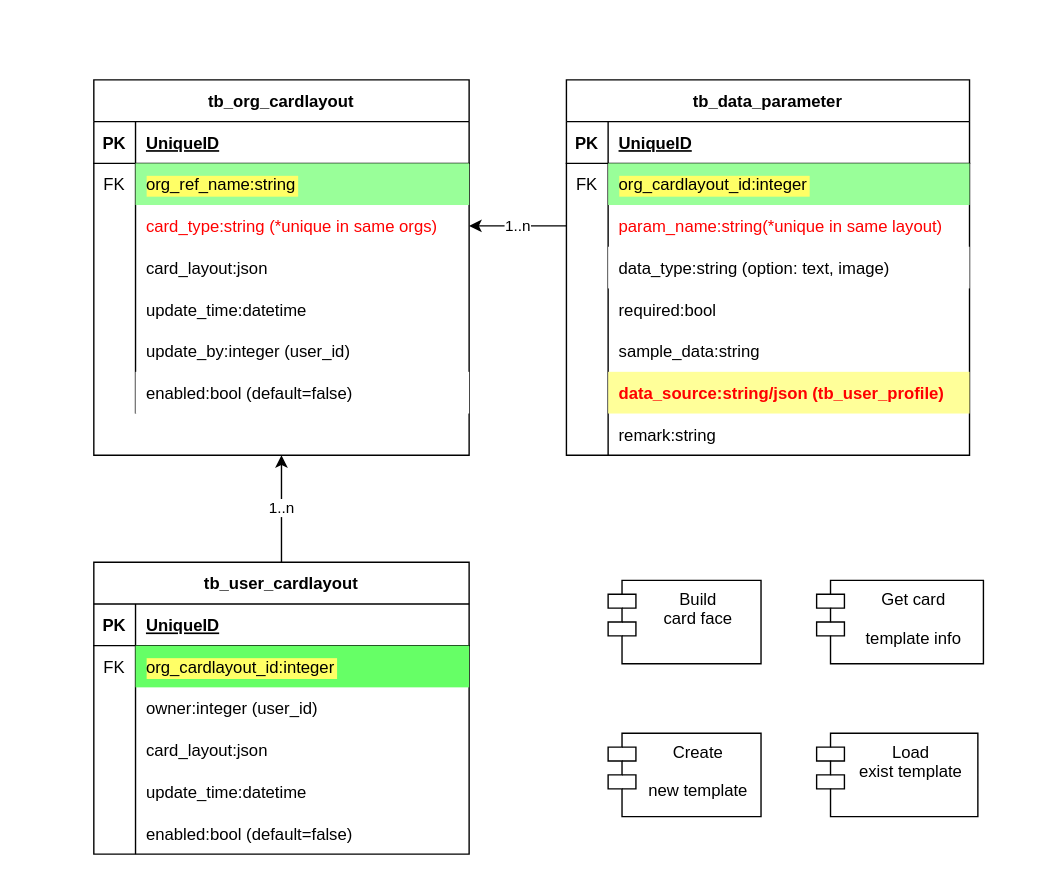
Before: page "Custom card design" (2 of 4) of SmartPhotoID.drawio in delphihero/MyDocument, a draw.io diagram. Source tidied: cells renumbered, new cells numbered last; positions are measured from the earlier drawing's top-left corner, leaving out a move shared by most shapes. Both pictures are drawn from the tidied source at 139%, with x=0, y=0 at pixel (93, 79).
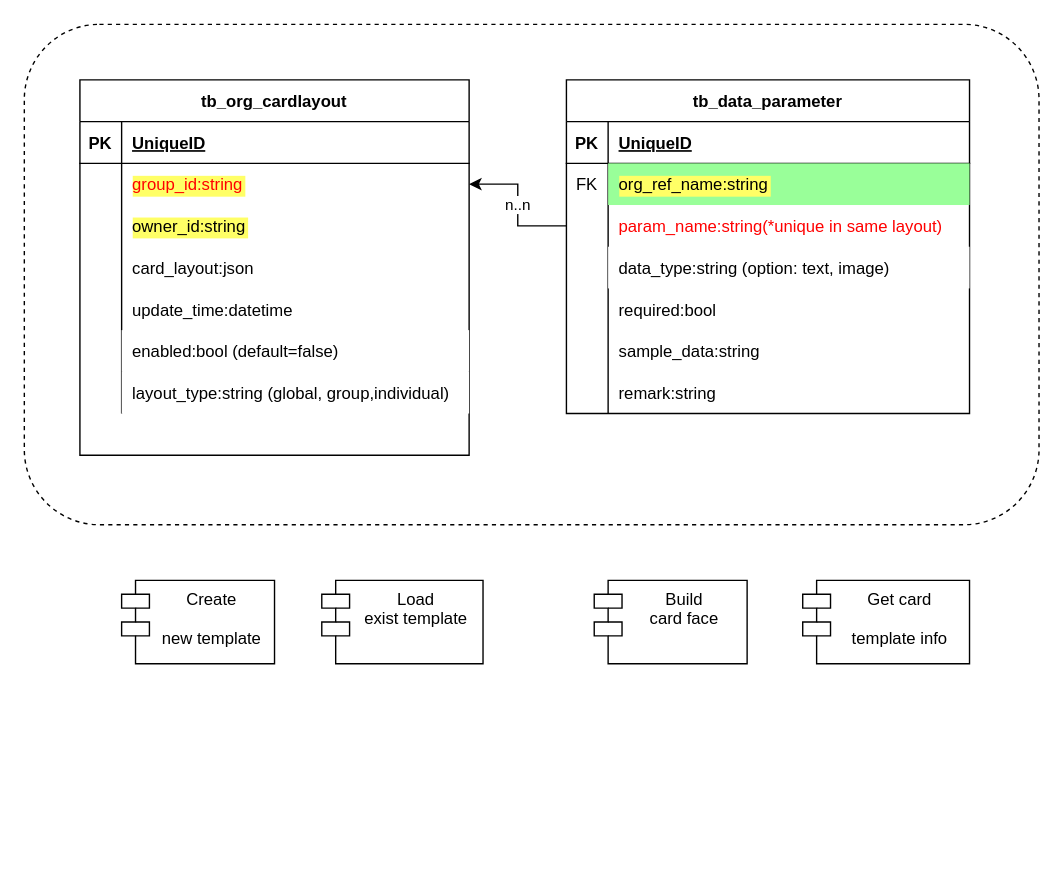
After the change.

Unchanged cells that the change refers to:
```xml
<mxCell id="28" style="shape=partialRectangle;fillColor=none;top=0;left=0;bottom=0;right=0;" parent="24" vertex="1">
  <mxGeometry y="60" width="290" height="30" as="geometry" />
</mxCell>
<mxCell id="31" style="shape=partialRectangle;fillColor=none;top=0;left=0;bottom=0;right=0;points=[[0,0.5],[1,0.5]];portConstraint=eastwest;" parent="24" vertex="1">
  <mxGeometry y="90" width="290" height="30" as="geometry" />
</mxCell>
```

Diff of the diagram source:
```diff
@@
+    <mxCell id="74" style="rounded=1;whiteSpace=wrap;html=1;dashed=1;" parent="1" vertex="1">
+      <mxGeometry x="-50" y="-40" width="730" height="360" as="geometry" />
+    </mxCell>
     <mxCell id="2" value="tb_org_cardlayout" style="shape=table;startSize=30;childLayout=tableLayout;rowLines=0;fontStyle=1;align=center;rounded=0;shadow=0;glass=0;sketch=0;labelBackgroundColor=default;" parent="1" vertex="1">
-      <mxGeometry width="270" height="270" as="geometry" />
+      <mxGeometry x="-10" width="280" height="270" as="geometry" />
     </mxCell>
     <mxCell id="3" style="shape=partialRectangle;fillColor=none;top=0;left=0;bottom=1;right=0;" parent="2" vertex="1">
-      <mxGeometry y="30" width="270" height="30" as="geometry" />
+      <mxGeometry y="30" width="280" height="30" as="geometry" />
     </mxCell>
@@
     <mxCell id="5" value="UniqueID" style="shape=partialRectangle;fillColor=none;top=0;left=0;bottom=0;right=0;align=left;spacingLeft=6;fontStyle=5;overflow=hidden;" parent="3" vertex="1">
-      <mxGeometry x="30" width="240" height="30" as="geometry" />
+      <mxGeometry x="30" width="250" height="30" as="geometry" />
     </mxCell>
-    <mxCell id="6" style="shape=partialRectangle;fillColor=none;top=0;left=0;bottom=0;right=0;" parent="2" vertex="1">
-      <mxGeometry y="60" width="270" height="30" as="geometry" />
-    </mxCell>
-    <mxCell id="7" value="FK" style="shape=partialRectangle;fillColor=none;top=0;left=0;bottom=0;right=0;overflow=hidden;" parent="6" vertex="1">
-      <mxGeometry width="30" height="30" as="geometry" />
-    </mxCell>
-    <mxCell id="8" value="org_ref_name:string" style="shape=partialRectangle;fillColor=#99FF99;top=0;left=0;bottom=0;right=0;align=left;spacingLeft=6;overflow=hidden;labelBackgroundColor=#FFFF66;" parent="6" vertex="1">
-      <mxGeometry x="30" width="240" height="30" as="geometry" />
-    </mxCell>
     <mxCell id="9" style="shape=partialRectangle;fillColor=none;top=0;left=0;bottom=0;right=0;points=[[0,0.5],[1,0.5]];portConstraint=eastwest;" parent="2" vertex="1">
-      <mxGeometry y="90" width="270" height="30" as="geometry" />
+      <mxGeometry y="60" width="280" height="30" as="geometry" />
     </mxCell>
@@
-    <mxCell id="11" value="card_type:string (*unique in same orgs)" style="shape=partialRectangle;fillColor=none;top=0;left=0;bottom=0;right=0;align=left;spacingLeft=6;overflow=hidden;strokeColor=#FF0000;fontColor=#FF0000;" parent="9" vertex="1">
-      <mxGeometry x="30" width="240" height="30" as="geometry" />
+    <mxCell id="11" value="group_id:string" style="shape=partialRectangle;fillColor=none;top=0;left=0;bottom=0;right=0;align=left;spacingLeft=6;overflow=hidden;strokeColor=#FF0000;fontColor=#FF0000;labelBackgroundColor=#FFFF66;" parent="9" vertex="1">
+      <mxGeometry x="30" width="250" height="30" as="geometry" />
     </mxCell>
+    <mxCell id="18" style="shape=partialRectangle;fillColor=none;top=0;left=0;bottom=0;right=0;fontColor=#FF0000;" parent="2" vertex="1">
+      <mxGeometry y="90" width="280" height="30" as="geometry" />
+    </mxCell>
+    <mxCell id="19" style="shape=partialRectangle;fillColor=none;top=0;left=0;bottom=0;right=0;overflow=hidden;" parent="18" vertex="1">
+      <mxGeometry width="30" height="30" as="geometry" />
+    </mxCell>
+    <mxCell id="20" value="owner_id:string" style="shape=partialRectangle;fillColor=none;top=0;left=0;bottom=0;right=0;align=left;spacingLeft=6;overflow=hidden;labelBackgroundColor=#FFFF66;" parent="18" vertex="1">
+      <mxGeometry x="30" width="250" height="30" as="geometry" />
+    </mxCell>
     <mxCell id="12" style="shape=partialRectangle;fillColor=none;top=0;left=0;bottom=0;right=0;" parent="2" vertex="1">
-      <mxGeometry y="120" width="270" height="30" as="geometry" />
+      <mxGeometry y="120" width="280" height="30" as="geometry" />
     </mxCell>
@@
     <mxCell id="14" value="card_layout:json" style="shape=partialRectangle;fillColor=none;top=0;left=0;bottom=0;right=0;align=left;spacingLeft=6;overflow=hidden;" parent="12" vertex="1">
-      <mxGeometry x="30" width="240" height="30" as="geometry" />
+      <mxGeometry x="30" width="250" height="30" as="geometry" />
     </mxCell>
     <mxCell id="15" style="shape=partialRectangle;fillColor=none;top=0;left=0;bottom=0;right=0;" parent="2" vertex="1">
-      <mxGeometry y="150" width="270" height="30" as="geometry" />
+      <mxGeometry y="150" width="280" height="30" as="geometry" />
     </mxCell>
@@
     <mxCell id="17" value="update_time:datetime" style="shape=partialRectangle;fillColor=none;top=0;left=0;bottom=0;right=0;align=left;spacingLeft=6;overflow=hidden;" parent="15" vertex="1">
-      <mxGeometry x="30" width="240" height="30" as="geometry" />
+      <mxGeometry x="30" width="250" height="30" as="geometry" />
     </mxCell>
-    <mxCell id="18" style="shape=partialRectangle;fillColor=none;top=0;left=0;bottom=0;right=0;" parent="2" vertex="1">
-      <mxGeometry y="180" width="270" height="30" as="geometry" />
-    </mxCell>
-    <mxCell id="19" style="shape=partialRectangle;fillColor=none;top=0;left=0;bottom=0;right=0;overflow=hidden;" parent="18" vertex="1">
-      <mxGeometry width="30" height="30" as="geometry" />
-    </mxCell>
-    <mxCell id="20" value="update_by:integer (user_id)" style="shape=partialRectangle;fillColor=none;top=0;left=0;bottom=0;right=0;align=left;spacingLeft=6;overflow=hidden;" parent="18" vertex="1">
-      <mxGeometry x="30" width="240" height="30" as="geometry" />
-    </mxCell>
     <mxCell id="21" style="shape=partialRectangle;fillColor=none;top=0;left=0;bottom=0;right=0;" parent="2" vertex="1">
-      <mxGeometry y="210" width="270" height="30" as="geometry" />
+      <mxGeometry y="180" width="280" height="30" as="geometry" />
     </mxCell>
@@
     <mxCell id="23" value="enabled:bool (default=false)" style="shape=partialRectangle;fillColor=#FFFFFF;top=0;left=0;bottom=0;right=0;align=left;spacingLeft=6;overflow=hidden;" parent="21" vertex="1">
-      <mxGeometry x="30" width="240" height="30" as="geometry" />
+      <mxGeometry x="30" width="250" height="30" as="geometry" />
     </mxCell>
+    <mxCell id="75" style="shape=partialRectangle;fillColor=none;top=0;left=0;bottom=0;right=0;" parent="2" vertex="1">
+      <mxGeometry y="210" width="280" height="30" as="geometry" />
+    </mxCell>
+    <mxCell id="76" style="shape=partialRectangle;fillColor=none;top=0;left=0;bottom=0;right=0;overflow=hidden;" parent="75" vertex="1">
+      <mxGeometry width="30" height="30" as="geometry" />
+    </mxCell>
+    <mxCell id="77" value="layout_type:string (global, group,individual)" style="shape=partialRectangle;fillColor=#FFFFFF;top=0;left=0;bottom=0;right=0;align=left;spacingLeft=6;overflow=hidden;" parent="75" vertex="1">
+      <mxGeometry x="30" width="250" height="30" as="geometry" />
+    </mxCell>
     <mxCell id="24" value="tb_data_parameter" style="shape=table;startSize=30;childLayout=tableLayout;rowLines=0;fontStyle=1;align=center;rounded=0;shadow=0;glass=0;sketch=0;fontColor=#000000;" parent="1" vertex="1">
-      <mxGeometry x="340" width="290" height="270" as="geometry" />
+      <mxGeometry x="340" width="290" height="240" as="geometry" />
     </mxCell>
@@
-    <mxCell id="30" value="org_cardlayout_id:integer" style="shape=partialRectangle;fillColor=#99FF99;top=0;left=0;bottom=0;right=0;align=left;spacingLeft=6;overflow=hidden;labelBackgroundColor=#FFFF66;" parent="28" vertex="1">
+    <mxCell id="30" value="org_ref_name:string" style="shape=partialRectangle;fillColor=#99FF99;top=0;left=0;bottom=0;right=0;align=left;spacingLeft=6;overflow=hidden;labelBackgroundColor=#FFFF66;" parent="28" vertex="1">
       <mxGeometry x="30" width="260" height="30" as="geometry" />
     </mxCell>
@@
-    <mxCell id="43" style="shape=partialRectangle;fillColor=none;top=0;left=0;bottom=0;right=0;" parent="24" vertex="1">
-      <mxGeometry y="210" width="290" height="30" as="geometry" />
-    </mxCell>
-    <mxCell id="44" style="shape=partialRectangle;fillColor=none;top=0;left=0;bottom=0;right=0;overflow=hidden;" parent="43" vertex="1">
-      <mxGeometry width="30" height="30" as="geometry" />
-    </mxCell>
-    <mxCell id="45" value="data_source:string/json (tb_user_profile)" style="shape=partialRectangle;fillColor=#FFFF99;top=0;left=0;bottom=0;right=0;align=left;spacingLeft=6;overflow=hidden;fontColor=#FF0000;fontStyle=1;" parent="43" vertex="1">
-      <mxGeometry x="30" width="260" height="30" as="geometry" />
-    </mxCell>
     <mxCell id="46" style="shape=partialRectangle;fillColor=none;top=0;left=0;bottom=0;right=0;" parent="24" vertex="1">
-      <mxGeometry y="240" width="290" height="30" as="geometry" />
+      <mxGeometry y="210" width="290" height="30" as="geometry" />
     </mxCell>
@@
     <mxCell id="49" value="Create &#10;&#10;new template" style="shape=module;align=left;spacingLeft=20;align=center;verticalAlign=top;rounded=0;shadow=0;glass=0;sketch=0;fillColor=#FFFFFF;" parent="1" vertex="1">
-      <mxGeometry x="370" y="470" width="110" height="60" as="geometry" />
+      <mxGeometry x="20" y="360" width="110" height="60" as="geometry" />
     </mxCell>
     <mxCell id="50" value="Load&#10;exist template&#10;" style="shape=module;align=left;spacingLeft=20;align=center;verticalAlign=top;rounded=0;shadow=0;glass=0;sketch=0;fillColor=#FFFFFF;" parent="1" vertex="1">
-      <mxGeometry x="520" y="470" width="116" height="60" as="geometry" />
+      <mxGeometry x="164" y="360" width="116" height="60" as="geometry" />
     </mxCell>
     <mxCell id="51" value="Build&#10;card face&#10;" style="shape=module;align=left;spacingLeft=20;align=center;verticalAlign=top;rounded=0;shadow=0;glass=0;sketch=0;fillColor=#FFFFFF;" parent="1" vertex="1">
-      <mxGeometry x="370" y="360" width="110" height="60" as="geometry" />
+      <mxGeometry x="360" y="360" width="110" height="60" as="geometry" />
     </mxCell>
     <mxCell id="52" value="Get card &#10;&#10;template info" style="shape=module;align=left;spacingLeft=20;align=center;verticalAlign=top;" parent="1" vertex="1">
-      <mxGeometry x="520" y="360" width="120" height="60" as="geometry" />
+      <mxGeometry x="510" y="360" width="120" height="60" as="geometry" />
     </mxCell>
-    <mxCell id="53" value="1..n" style="edgeStyle=orthogonalEdgeStyle;rounded=0;jettySize=auto;html=1;fontColor=#000000;fillColor=#E3FF57;entryX=0.5;entryY=1;entryDx=0;entryDy=0;exitX=0.5;exitY=0;exitDx=0;exitDy=0;" parent="1" edge="1" source="54" target="2">
-      <mxGeometry relative="1" as="geometry" />
-    </mxCell>
-    <mxCell id="54" value="tb_user_cardlayout" style="shape=table;startSize=30;childLayout=tableLayout;rowLines=0;fontStyle=1;align=center;fontColor=#000000;strokeColor=#000000;fillColor=#FFFFFF;" parent="1" vertex="1">
-      <mxGeometry y="347" width="270" height="210" as="geometry" />
-    </mxCell>
-    <mxCell id="55" style="shape=partialRectangle;fillColor=none;top=0;left=0;bottom=1;right=0;" parent="54" vertex="1">
-      <mxGeometry y="30" width="270" height="30" as="geometry" />
-    </mxCell>
-    <mxCell id="56" value="PK" style="shape=partialRectangle;fillColor=none;top=0;left=0;bottom=0;right=0;fontStyle=1;overflow=hidden;" parent="55" vertex="1">
-      <mxGeometry width="30" height="30" as="geometry" />
-    </mxCell>
-    <mxCell id="57" value="UniqueID" style="shape=partialRectangle;fillColor=none;top=0;left=0;bottom=0;right=0;align=left;spacingLeft=6;fontStyle=5;overflow=hidden;" parent="55" vertex="1">
-      <mxGeometry x="30" width="240" height="30" as="geometry" />
-    </mxCell>
-    <mxCell id="58" style="shape=partialRectangle;fillColor=none;top=0;left=0;bottom=0;right=0;" parent="54" vertex="1">
-      <mxGeometry y="60" width="270" height="30" as="geometry" />
-    </mxCell>
-    <mxCell id="59" value="FK" style="shape=partialRectangle;fillColor=none;top=0;left=0;bottom=0;right=0;overflow=hidden;" parent="58" vertex="1">
-      <mxGeometry width="30" height="30" as="geometry" />
-    </mxCell>
-    <mxCell id="60" value="org_cardlayout_id:integer" style="shape=partialRectangle;fillColor=#66FF66;top=0;left=0;bottom=0;right=0;align=left;spacingLeft=6;overflow=hidden;labelBackgroundColor=#FFFF66;" parent="58" vertex="1">
-      <mxGeometry x="30" width="240" height="30" as="geometry" />
-    </mxCell>
-    <mxCell id="61" style="shape=partialRectangle;fillColor=none;top=0;left=0;bottom=0;right=0;" parent="54" vertex="1">
-      <mxGeometry y="90" width="270" height="30" as="geometry" />
-    </mxCell>
-    <mxCell id="62" style="shape=partialRectangle;fillColor=none;top=0;left=0;bottom=0;right=0;overflow=hidden;" parent="61" vertex="1">
-      <mxGeometry width="30" height="30" as="geometry" />
-    </mxCell>
-    <mxCell id="63" value="owner:integer (user_id)" style="shape=partialRectangle;fillColor=none;top=0;left=0;bottom=0;right=0;align=left;spacingLeft=6;overflow=hidden;" parent="61" vertex="1">
-      <mxGeometry x="30" width="240" height="30" as="geometry" />
-    </mxCell>
-    <mxCell id="64" style="shape=partialRectangle;fillColor=none;top=0;left=0;bottom=0;right=0;" parent="54" vertex="1">
-      <mxGeometry y="120" width="270" height="30" as="geometry" />
-    </mxCell>
-    <mxCell id="65" style="shape=partialRectangle;fillColor=none;top=0;left=0;bottom=0;right=0;overflow=hidden;" parent="64" vertex="1">
-      <mxGeometry width="30" height="30" as="geometry" />
-    </mxCell>
-    <mxCell id="66" value="card_layout:json" style="shape=partialRectangle;fillColor=none;top=0;left=0;bottom=0;right=0;align=left;spacingLeft=6;overflow=hidden;" parent="64" vertex="1">
-      <mxGeometry x="30" width="240" height="30" as="geometry" />
-    </mxCell>
-    <mxCell id="67" style="shape=partialRectangle;fillColor=none;top=0;left=0;bottom=0;right=0;" parent="54" vertex="1">
-      <mxGeometry y="150" width="270" height="30" as="geometry" />
-    </mxCell>
-    <mxCell id="68" style="shape=partialRectangle;fillColor=none;top=0;left=0;bottom=0;right=0;overflow=hidden;" parent="67" vertex="1">
-      <mxGeometry width="30" height="30" as="geometry" />
-    </mxCell>
-    <mxCell id="69" value="update_time:datetime" style="shape=partialRectangle;fillColor=none;top=0;left=0;bottom=0;right=0;align=left;spacingLeft=6;overflow=hidden;" parent="67" vertex="1">
-      <mxGeometry x="30" width="240" height="30" as="geometry" />
-    </mxCell>
-    <mxCell id="70" style="shape=partialRectangle;fillColor=none;top=0;left=0;bottom=0;right=0;" parent="54" vertex="1">
-      <mxGeometry y="180" width="270" height="30" as="geometry" />
-    </mxCell>
-    <mxCell id="71" style="shape=partialRectangle;fillColor=none;top=0;left=0;bottom=0;right=0;overflow=hidden;" parent="70" vertex="1">
-      <mxGeometry width="30" height="30" as="geometry" />
-    </mxCell>
-    <mxCell id="72" value="enabled:bool (default=false)" style="shape=partialRectangle;fillColor=none;top=0;left=0;bottom=0;right=0;align=left;spacingLeft=6;overflow=hidden;" parent="70" vertex="1">
-      <mxGeometry x="30" width="240" height="30" as="geometry" />
-    </mxCell>
-    <mxCell id="73" value="1..n" style="edgeStyle=orthogonalEdgeStyle;rounded=0;jettySize=auto;html=1;entryX=1;entryY=0.5;entryDx=0;entryDy=0;fontColor=#000000;fillColor=#E3FF57;" parent="1" edge="1" source="31" target="9">
+    <mxCell id="73" value="n..n" style="edgeStyle=orthogonalEdgeStyle;rounded=0;jettySize=auto;html=1;entryX=1;entryY=0.5;entryDx=0;entryDy=0;fontColor=#000000;fillColor=#E3FF57;" parent="1" edge="1" source="31" target="9">
       <mxGeometry relative="1" as="geometry" />
     </mxCell>
```
